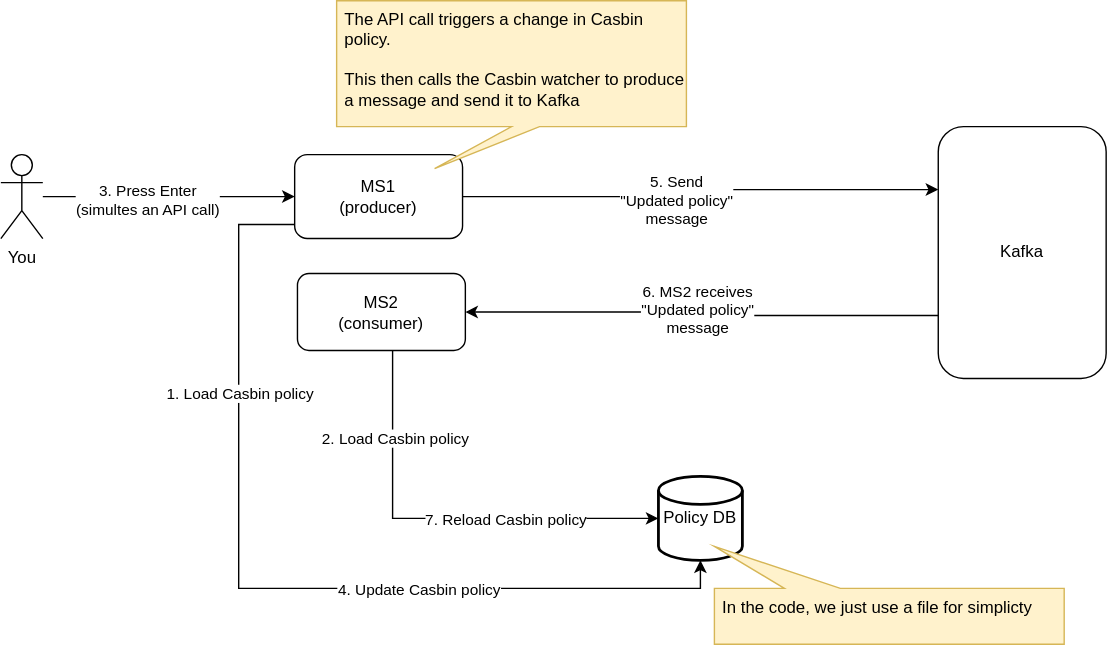
Above: assets/casbin-kafka.svg in amiame/learn-cabin (draw.io), before the change. Source tidied: cells renumbered, new cells last; positions are measured from the earlier drawing's top-left corner, leaving out a move shared by most shapes. The source it was exported from:
```xml
<mxGraphModel>
  <root>
    <mxCell id="0" />
    <mxCell id="1" parent="0" />
    <mxCell id="2" style="edgeStyle=orthogonalEdgeStyle;rounded=0;jettySize=auto;html=1;exitX=0;exitY=0.75;exitDx=0;exitDy=0;entryX=1;entryY=0.5;entryDx=0;entryDy=0;" parent="1" edge="1" source="4" target="8">
      <mxGeometry relative="1" as="geometry" />
    </mxCell>
    <mxCell id="3" value="6. MS2 receives&lt;div&gt;&quot;Updated policy&quot;&lt;/div&gt;&lt;div&gt;message&lt;/div&gt;" style="edgeLabel;html=1;align=center;verticalAlign=middle;" parent="2" vertex="1">
      <mxGeometry x="0.03" y="-2" relative="1" as="geometry" />
    </mxCell>
    <mxCell id="4" value="Kafka" style="rounded=1;whiteSpace=wrap;html=1;" parent="1" vertex="1">
      <mxGeometry x="670" y="90" width="120" height="180" as="geometry" />
    </mxCell>
    <mxCell id="5" style="edgeStyle=orthogonalEdgeStyle;rounded=0;jettySize=auto;html=1;entryX=0;entryY=0.25;entryDx=0;entryDy=0;" parent="1" edge="1" source="7" target="4">
      <mxGeometry relative="1" as="geometry" />
    </mxCell>
    <mxCell id="6" value="5. Send&lt;div&gt;&quot;Updated policy&quot;&lt;/div&gt;&lt;div&gt;message&lt;/div&gt;" style="edgeLabel;html=1;align=center;verticalAlign=middle;" parent="5" vertex="1">
      <mxGeometry x="-0.12" y="-2" relative="1" as="geometry" />
    </mxCell>
    <mxCell id="7" value="MS1&lt;div&gt;(producer)&lt;/div&gt;" style="rounded=1;whiteSpace=wrap;html=1;" parent="1" vertex="1">
      <mxGeometry x="210" y="110" width="120" height="60" as="geometry" />
    </mxCell>
    <mxCell id="8" value="MS2&lt;div&gt;(consumer)&lt;/div&gt;" style="rounded=1;whiteSpace=wrap;html=1;" parent="1" vertex="1">
      <mxGeometry x="212" y="195" width="120" height="55" as="geometry" />
    </mxCell>
    <mxCell id="9" style="edgeStyle=orthogonalEdgeStyle;rounded=0;jettySize=auto;html=1;entryX=0;entryY=0.5;entryDx=0;entryDy=0;" parent="1" edge="1" source="11" target="7">
      <mxGeometry relative="1" as="geometry" />
    </mxCell>
    <mxCell id="10" value="3. Press Enter&lt;div&gt;(simultes an API call)&lt;/div&gt;" style="edgeLabel;html=1;align=center;verticalAlign=middle;" parent="9" vertex="1">
      <mxGeometry x="-0.18" y="-2" relative="1" as="geometry" />
    </mxCell>
    <mxCell id="11" value="You" style="shape=umlActor;verticalLabelPosition=bottom;verticalAlign=top;html=1;outlineConnect=0;" parent="1" vertex="1">
      <mxGeometry y="110" width="30" height="60" as="geometry" />
    </mxCell>
    <mxCell id="12" value="The API call triggers a change in Casbin policy.&lt;div&gt;&lt;br&gt;&lt;/div&gt;&lt;div&gt;This then calls the Casbin watcher to produce a message and send it to Kafka&lt;/div&gt;" style="shape=callout;whiteSpace=wrap;html=1;perimeter=calloutPerimeter;position2=0.28;align=left;spacingLeft=4;fillColor=#fff2cc;strokeColor=#d6b656;verticalAlign=top;" parent="1" vertex="1">
      <mxGeometry x="240" width="250" height="120" as="geometry" />
    </mxCell>
    <mxCell id="13" value="Policy DB" style="strokeWidth=2;html=1;shape=mxgraph.flowchart.database;whiteSpace=wrap;" parent="1" vertex="1">
      <mxGeometry x="470" y="340" width="60" height="60" as="geometry" />
    </mxCell>
    <mxCell id="14" value="In the code, we just use a file for simplicty" style="shape=callout;whiteSpace=wrap;html=1;perimeter=calloutPerimeter;position2=1;align=left;spacingLeft=4;fillColor=#fff2cc;strokeColor=#d6b656;verticalAlign=top;direction=west;base=40;size=30;position=0.64;" parent="1" vertex="1">
      <mxGeometry x="510" y="390" width="250" height="70" as="geometry" />
    </mxCell>
    <mxCell id="15" style="edgeStyle=orthogonalEdgeStyle;rounded=0;jettySize=auto;html=1;entryX=0;entryY=0.5;entryDx=0;entryDy=0;entryPerimeter=0;" parent="1" edge="1" source="8" target="13">
      <mxGeometry relative="1" as="geometry">
        <Array as="points">
          <mxPoint x="280" y="370" />
        </Array>
      </mxGeometry>
    </mxCell>
    <mxCell id="16" value="7. Reload Casbin policy" style="edgeLabel;html=1;align=center;verticalAlign=middle;" parent="15" vertex="1">
      <mxGeometry x="-0.06" relative="1" as="geometry">
        <mxPoint x="55" as="offset" />
      </mxGeometry>
    </mxCell>
    <mxCell id="17" value="2. Load Casbin policy" style="edgeLabel;html=1;align=center;verticalAlign=middle;" parent="15" vertex="1">
      <mxGeometry x="-0.73" y="1" relative="1" as="geometry">
        <mxPoint y="20" as="offset" />
      </mxGeometry>
    </mxCell>
    <mxCell id="18" style="edgeStyle=orthogonalEdgeStyle;rounded=0;jettySize=auto;html=1;entryX=0.5;entryY=1;entryDx=0;entryDy=0;entryPerimeter=0;" parent="1" edge="1" source="7" target="13">
      <mxGeometry relative="1" as="geometry">
        <Array as="points">
          <mxPoint x="170" y="160" />
          <mxPoint x="170" y="420" />
          <mxPoint x="500" y="420" />
        </Array>
      </mxGeometry>
    </mxCell>
    <mxCell id="19" value="4. Update Casbin policy" style="edgeLabel;html=1;align=center;verticalAlign=middle;" parent="18" vertex="1">
      <mxGeometry x="0.32" relative="1" as="geometry" />
    </mxCell>
    <mxCell id="20" value="1. Load Casbin policy" style="edgeLabel;html=1;align=center;verticalAlign=middle;" parent="18" vertex="1">
      <mxGeometry x="-0.51" relative="1" as="geometry" />
    </mxCell>
  </root>
</mxGraphModel>
```
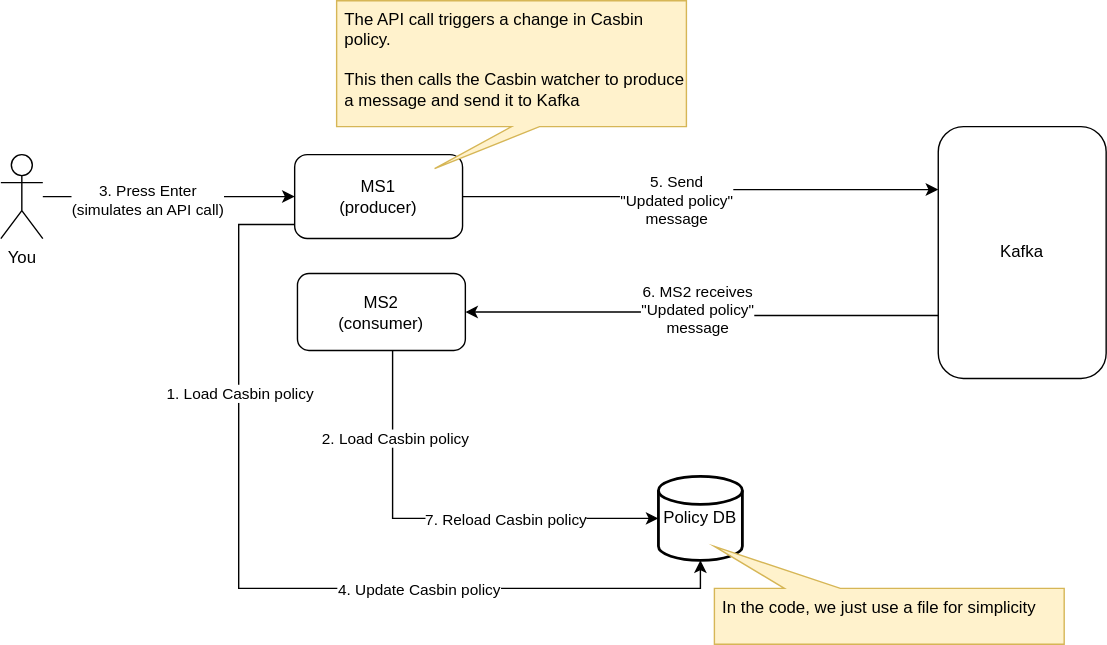
After the commit.

Commit message:
fixed typos in diagram

The edit, as a diff of the source:
```diff
@@ -26,7 +26,7 @@
     <mxCell id="9" style="edgeStyle=orthogonalEdgeStyle;rounded=0;jettySize=auto;html=1;entryX=0;entryY=0.5;entryDx=0;entryDy=0;" parent="1" edge="1" source="11" target="7">
       <mxGeometry relative="1" as="geometry" />
     </mxCell>
-    <mxCell id="10" value="3. Press Enter&lt;div&gt;(simultes an API call)&lt;/div&gt;" style="edgeLabel;html=1;align=center;verticalAlign=middle;" parent="9" vertex="1">
+    <mxCell id="10" value="3. Press Enter&lt;div&gt;(simulates an API call)&lt;/div&gt;" style="edgeLabel;html=1;align=center;verticalAlign=middle;" parent="9" vertex="1">
       <mxGeometry x="-0.18" y="-2" relative="1" as="geometry" />
     </mxCell>
     <mxCell id="11" value="You" style="shape=umlActor;verticalLabelPosition=bottom;verticalAlign=top;html=1;outlineConnect=0;" parent="1" vertex="1">
@@ -38,7 +38,7 @@
     <mxCell id="13" value="Policy DB" style="strokeWidth=2;html=1;shape=mxgraph.flowchart.database;whiteSpace=wrap;" parent="1" vertex="1">
       <mxGeometry x="470" y="340" width="60" height="60" as="geometry" />
     </mxCell>
-    <mxCell id="14" value="In the code, we just use a file for simplicty" style="shape=callout;whiteSpace=wrap;html=1;perimeter=calloutPerimeter;position2=1;align=left;spacingLeft=4;fillColor=#fff2cc;strokeColor=#d6b656;verticalAlign=top;direction=west;base=40;size=30;position=0.64;" parent="1" vertex="1">
+    <mxCell id="14" value="In the code, we just use a file for simplicity" style="shape=callout;whiteSpace=wrap;html=1;perimeter=calloutPerimeter;position2=1;align=left;spacingLeft=4;fillColor=#fff2cc;strokeColor=#d6b656;verticalAlign=top;direction=west;base=40;size=30;position=0.64;" parent="1" vertex="1">
       <mxGeometry x="510" y="390" width="250" height="70" as="geometry" />
     </mxCell>
     <mxCell id="15" style="edgeStyle=orthogonalEdgeStyle;rounded=0;jettySize=auto;html=1;entryX=0;entryY=0.5;entryDx=0;entryDy=0;entryPerimeter=0;" parent="1" edge="1" source="8" target="13">
```
